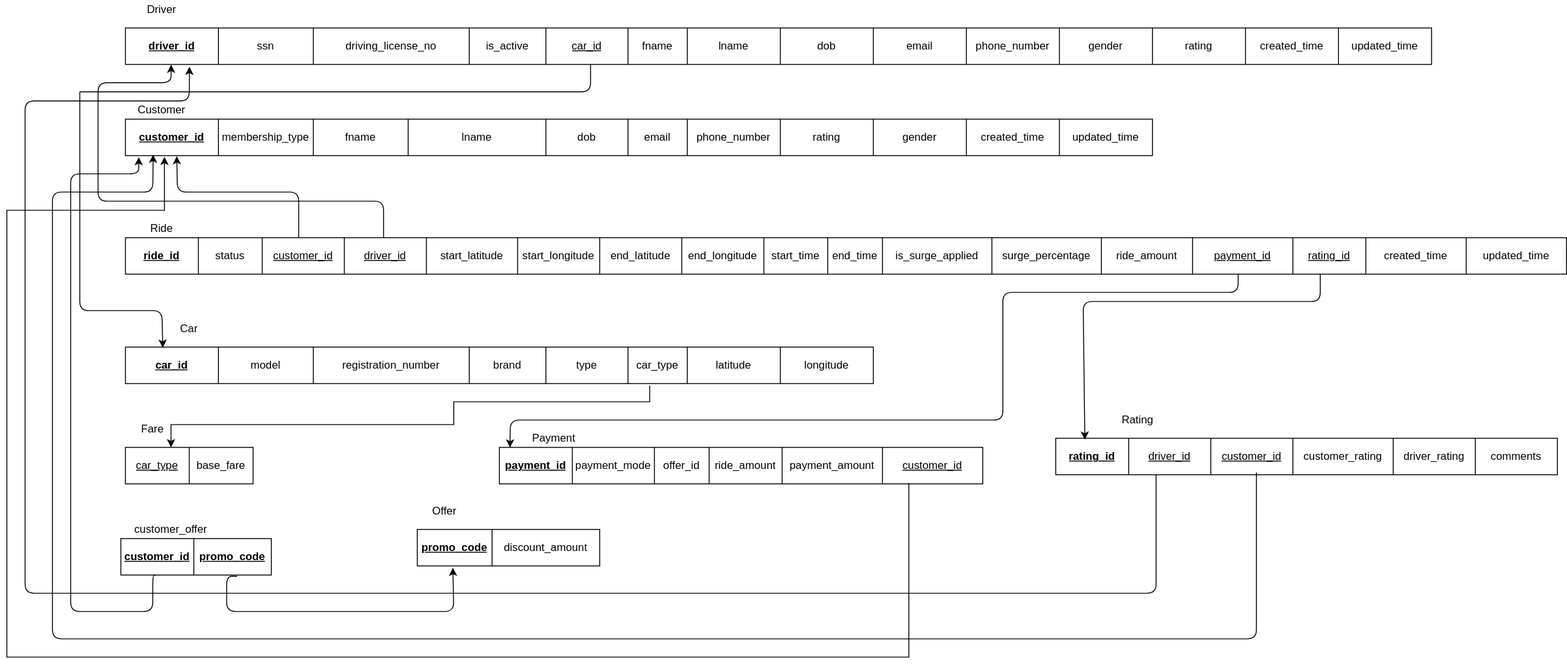
The draw.io diagram ER Schema.svg in NandhiniPeriyasamy13/Uber-backend-database-design, before a commit. Source tidied: cells renumbered, new cells last; positions are measured from the earlier drawing's top-left corner, leaving out a move shared by most shapes.
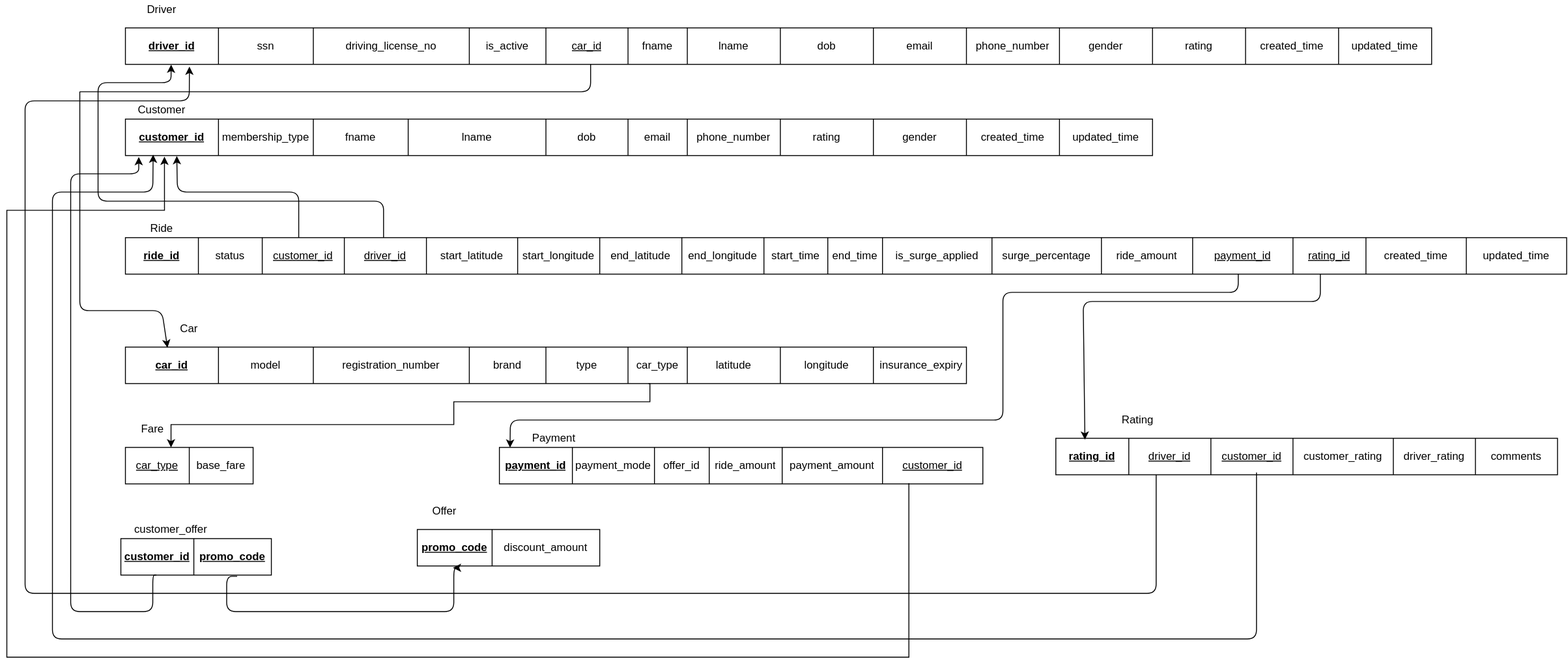
Above is the later version.

The edit, as a diff of the source:
```diff
@@ -147,10 +147,10 @@
       <mxGeometry x="1470" width="110" height="40" as="geometry" />
     </mxCell>
     <mxCell id="50" style="shape=table;html=1;whiteSpace=wrap;startSize=0;fontSize=12;" parent="1" vertex="1">
-      <mxGeometry x="130" y="380" width="820" height="40" as="geometry" />
+      <mxGeometry x="130" y="380" width="922" height="40" as="geometry" />
     </mxCell>
     <mxCell id="51" style="shape=partialRectangle;html=1;whiteSpace=wrap;fillColor=none;top=0;left=0;bottom=0;right=0;points=[[0,0.5],[1,0.5]];portConstraint=eastwest;fontSize=12;" parent="50" vertex="1">
-      <mxGeometry width="820" height="40" as="geometry" />
+      <mxGeometry width="922" height="40" as="geometry" />
     </mxCell>
     <mxCell id="52" value="&lt;u style=&quot;font-size: 12px;&quot;&gt;&lt;b style=&quot;font-size: 12px;&quot;&gt;car_id&lt;/b&gt;&lt;/u&gt;" style="shape=partialRectangle;html=1;whiteSpace=wrap;fillColor=none;top=0;left=0;bottom=0;right=0;overflow=hidden;fontSize=12;" parent="51" vertex="1">
       <mxGeometry width="102" height="40" as="geometry" />
@@ -176,6 +176,9 @@
     <mxCell id="59" value="longitude" style="shape=partialRectangle;html=1;whiteSpace=wrap;fillColor=none;top=0;left=0;bottom=0;right=0;overflow=hidden;fontSize=12;" parent="51" vertex="1">
       <mxGeometry x="718" width="102" height="40" as="geometry" />
     </mxCell>
+    <mxCell id="109" value="&lt;span style=&quot;font-size: 12px&quot;&gt;&amp;nbsp;insurance_expiry&lt;/span&gt;" style="shape=partialRectangle;html=1;whiteSpace=wrap;fillColor=none;top=0;left=0;bottom=0;right=0;overflow=hidden;fontSize=12;" parent="51" vertex="1">
+      <mxGeometry x="820" width="102" height="40" as="geometry" />
+    </mxCell>
     <mxCell id="60" style="shape=table;html=1;whiteSpace=wrap;startSize=0;fontSize=12;" parent="1" vertex="1">
       <mxGeometry x="130" y="490" width="140" height="40" as="geometry" />
     </mxCell>
@@ -408,9 +411,10 @@
         </Array>
       </mxGeometry>
     </mxCell>
-    <mxCell id="108" style="endArrow=classic;html=1;rounded=0;edgeStyle=orthogonalEdgeStyle;fontSize=12;entryX=0.357;entryY=0;entryDx=0;entryDy=0;entryPerimeter=0;exitX=0.701;exitY=1.054;exitDx=0;exitDy=0;exitPerimeter=0;" parent="1" edge="1" source="51" target="61">
+    <mxCell id="108" style="endArrow=classic;html=1;rounded=0;edgeStyle=orthogonalEdgeStyle;fontSize=12;entryX=0.357;entryY=0;entryDx=0;entryDy=0;entryPerimeter=0;exitX=0.622;exitY=1.004;exitDx=0;exitDy=0;exitPerimeter=0;" parent="1" edge="1" source="51" target="61">
       <mxGeometry relative="1" as="geometry">
         <Array as="points">
+          <mxPoint x="705" y="420" />
           <mxPoint x="705" y="440" />
           <mxPoint x="490" y="440" />
           <mxPoint x="490" y="465" />
```
